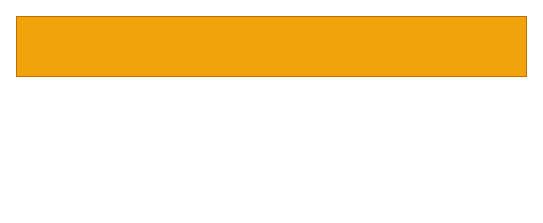
Before: src/travail.drawio in GuillaumeB75/portfolio, a draw.io diagram. Source tidied: cells renumbered, new cells numbered last; positions are measured from the earlier drawing's top-left corner, leaving out a move shared by most shapes. Both pictures are drawn from the tidied source at 100%, with x=0, y=0 at pixel (16, 16).
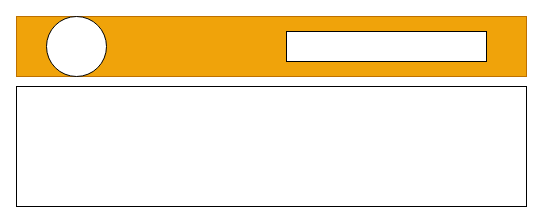
The same page after the edit.

Commit message:
premiers éléments de maquette basique

What changed in the source:
```diff
@@
 <mxGraphModel>
   <root>
     <mxCell id="0" />
     <mxCell id="1" parent="0" />
     <mxCell id="2" style="rounded=0;whiteSpace=wrap;html=1;fillColor=#f0a30a;fontColor=#000000;strokeColor=#BD7000;" parent="1" vertex="1">
       <mxGeometry width="510" height="60" as="geometry" />
     </mxCell>
+    <mxCell id="3" style="rounded=0;whiteSpace=wrap;html=1;" parent="1" vertex="1">
+      <mxGeometry y="70" width="510" height="120" as="geometry" />
+    </mxCell>
+    <mxCell id="4" style="ellipse;whiteSpace=wrap;html=1;" parent="1" vertex="1">
+      <mxGeometry x="30" width="60" height="60" as="geometry" />
+    </mxCell>
+    <mxCell id="5" style="rounded=0;whiteSpace=wrap;html=1;" parent="1" vertex="1">
+      <mxGeometry x="270" y="15" width="200" height="30" as="geometry" />
+    </mxCell>
   </root>
 </mxGraphModel>
```
